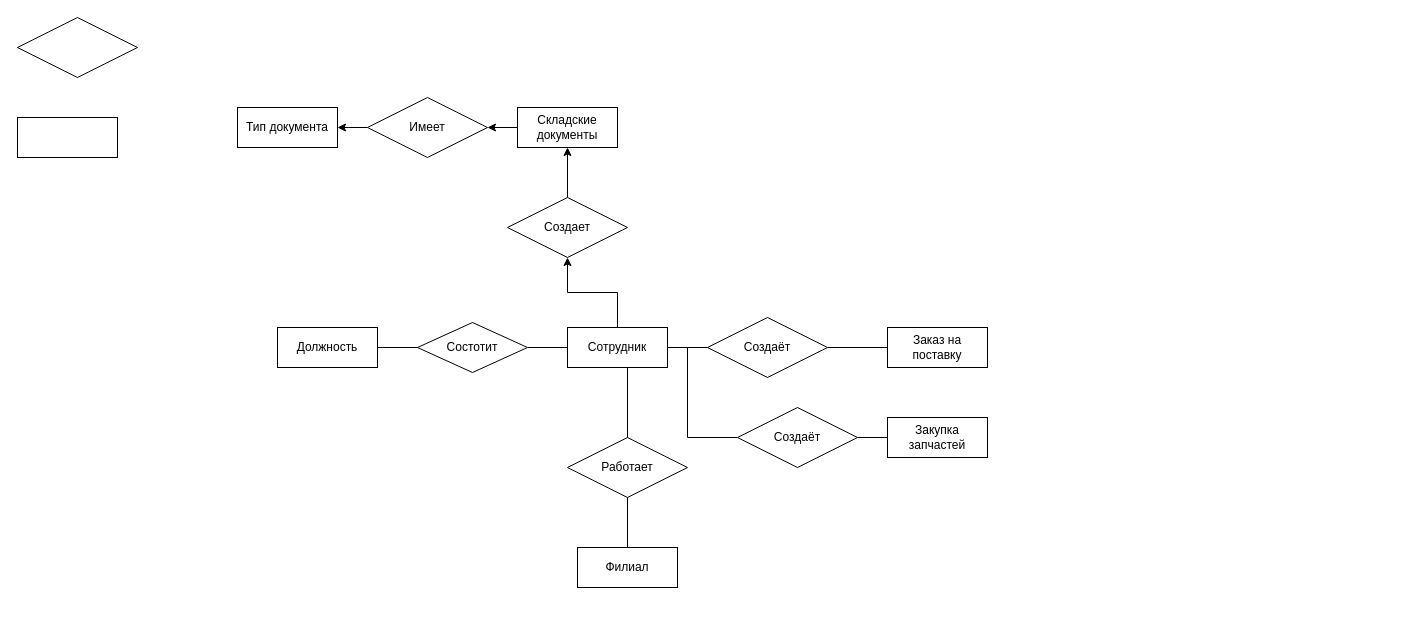
Earlier version of the draw.io diagram ER модель.drawio (aapoplavskii/Project_Otus_SA). Source tidied: cells renumbered, new cells numbered last; positions are measured from the earlier drawing's top-left corner, leaving out a move shared by most shapes. Both pictures are drawn from the tidied source at 100%, with x=0, y=0 at pixel (17, 17).
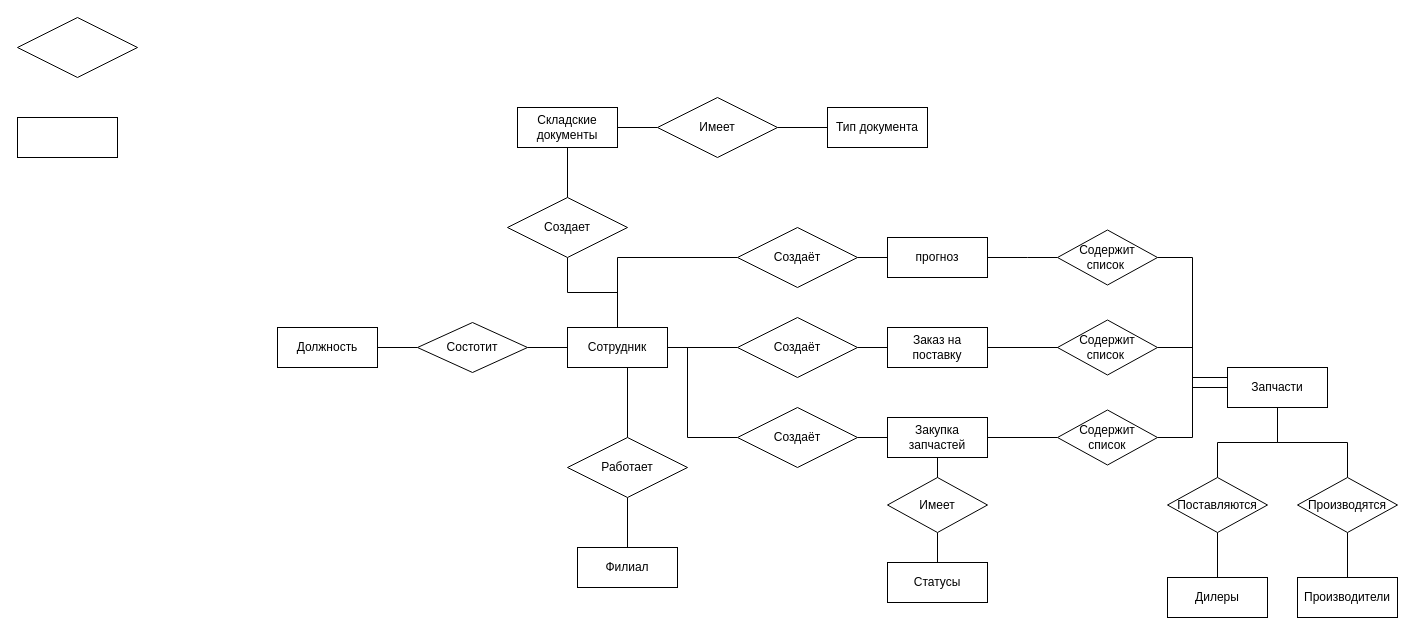
The same page after the edit.

Commit message:
переделал ER модель

The change refers to these unchanged cells:
```xml
<mxCell id="7" value="Сотрудник" style="whiteSpace=wrap;html=1;align=center;" parent="1" vertex="1">
  <mxGeometry x="550" y="310" width="100" height="40" as="geometry" />
</mxCell>
<mxCell id="12" value="Заказ на поставку" style="whiteSpace=wrap;html=1;align=center;" parent="1" vertex="1">
  <mxGeometry x="870" y="310" width="100" height="40" as="geometry" />
</mxCell>
<mxCell id="19" value="Закупка запчастей" style="whiteSpace=wrap;html=1;align=center;" parent="1" vertex="1">
  <mxGeometry x="870" y="400" width="100" height="40" as="geometry" />
</mxCell>
<mxCell id="23" value="Создает" style="shape=rhombus;perimeter=rhombusPerimeter;whiteSpace=wrap;html=1;align=center;" parent="1" vertex="1">
  <mxGeometry x="490" y="180" width="120" height="60" as="geometry" />
</mxCell>
<mxCell id="25" value="Складские документы" style="whiteSpace=wrap;html=1;align=center;" parent="1" vertex="1">
  <mxGeometry x="500" y="90" width="100" height="40" as="geometry" />
</mxCell>
```

The edit, as a diff of the source:
```diff
@@
-    <mxCell id="6" style="edgeStyle=orthogonalEdgeStyle;rounded=0;jettySize=auto;html=1;entryX=0.5;entryY=1;entryDx=0;entryDy=0;" parent="1" edge="1" source="7" target="23">
+    <mxCell id="6" style="edgeStyle=orthogonalEdgeStyle;rounded=0;jettySize=auto;html=1;entryX=0.5;entryY=1;entryDx=0;entryDy=0;endArrow=none;endFill=0;" parent="1" edge="1" source="7" target="23">
       <mxGeometry relative="1" as="geometry" />
     </mxCell>
+    <mxCell id="29" style="edgeStyle=orthogonalEdgeStyle;rounded=0;jettySize=auto;html=1;entryX=0;entryY=0.5;entryDx=0;entryDy=0;endArrow=none;endFill=0;" parent="1" edge="1" source="7" target="50">
+      <mxGeometry relative="1" as="geometry">
+        <Array as="points">
+          <mxPoint x="600" y="240" />
+        </Array>
+      </mxGeometry>
+    </mxCell>
@@
     <mxCell id="9" value="Создаёт" style="shape=rhombus;perimeter=rhombusPerimeter;whiteSpace=wrap;html=1;align=center;" parent="1" vertex="1">
-      <mxGeometry x="690" y="300" width="120" height="60" as="geometry" />
+      <mxGeometry x="720" y="300" width="120" height="60" as="geometry" />
     </mxCell>
@@
+    <mxCell id="30" style="edgeStyle=orthogonalEdgeStyle;rounded=0;jettySize=auto;html=1;entryX=0.07;entryY=0.5;entryDx=0;entryDy=0;entryPerimeter=0;endArrow=none;endFill=0;" parent="1" edge="1" source="12" target="37">
+      <mxGeometry relative="1" as="geometry" />
+    </mxCell>
@@
+    <mxCell id="31" style="edgeStyle=orthogonalEdgeStyle;rounded=0;jettySize=auto;html=1;entryX=0;entryY=0.5;entryDx=0;entryDy=0;endArrow=none;endFill=0;" parent="1" edge="1" source="19" target="39">
+      <mxGeometry relative="1" as="geometry" />
+    </mxCell>
+    <mxCell id="32" style="edgeStyle=orthogonalEdgeStyle;rounded=0;jettySize=auto;html=1;endArrow=none;endFill=0;" parent="1" edge="1" source="19" target="42">
+      <mxGeometry relative="1" as="geometry" />
+    </mxCell>
@@
-    <mxCell id="22" style="edgeStyle=orthogonalEdgeStyle;rounded=0;jettySize=auto;html=1;entryX=0.5;entryY=1;entryDx=0;entryDy=0;" parent="1" edge="1" source="23" target="25">
+    <mxCell id="22" style="edgeStyle=orthogonalEdgeStyle;rounded=0;jettySize=auto;html=1;entryX=0.5;entryY=1;entryDx=0;entryDy=0;endArrow=none;endFill=0;" parent="1" edge="1" source="23" target="25">
       <mxGeometry relative="1" as="geometry" />
     </mxCell>
@@
-    <mxCell id="24" style="edgeStyle=orthogonalEdgeStyle;rounded=0;jettySize=auto;html=1;entryX=1;entryY=0.5;entryDx=0;entryDy=0;" parent="1" edge="1" source="25" target="27">
+    <mxCell id="24" style="edgeStyle=orthogonalEdgeStyle;rounded=0;jettySize=auto;html=1;entryX=0;entryY=0.5;entryDx=0;entryDy=0;endArrow=none;endFill=0;" parent="1" edge="1" source="25" target="27">
       <mxGeometry relative="1" as="geometry" />
     </mxCell>
@@
-    <mxCell id="26" style="edgeStyle=orthogonalEdgeStyle;rounded=0;jettySize=auto;html=1;entryX=1;entryY=0.5;entryDx=0;entryDy=0;" parent="1" edge="1" source="27" target="28">
+    <mxCell id="26" style="edgeStyle=orthogonalEdgeStyle;rounded=0;jettySize=auto;html=1;entryX=0;entryY=0.5;entryDx=0;entryDy=0;endArrow=none;endFill=0;" parent="1" edge="1" source="27" target="28">
       <mxGeometry relative="1" as="geometry" />
     </mxCell>
     <mxCell id="27" value="Имеет" style="shape=rhombus;perimeter=rhombusPerimeter;whiteSpace=wrap;html=1;align=center;" parent="1" vertex="1">
-      <mxGeometry x="350" y="80" width="120" height="60" as="geometry" />
+      <mxGeometry x="640" y="80" width="120" height="60" as="geometry" />
     </mxCell>
     <mxCell id="28" value="Тип документа" style="whiteSpace=wrap;html=1;align=center;" parent="1" vertex="1">
-      <mxGeometry x="220" y="90" width="100" height="40" as="geometry" />
+      <mxGeometry x="810" y="90" width="100" height="40" as="geometry" />
     </mxCell>
+    <mxCell id="33" style="edgeStyle=orthogonalEdgeStyle;rounded=0;jettySize=auto;html=1;entryX=0.5;entryY=0;entryDx=0;entryDy=0;endArrow=none;endFill=0;" parent="1" edge="1" source="35" target="46">
+      <mxGeometry relative="1" as="geometry" />
+    </mxCell>
+    <mxCell id="34" style="edgeStyle=orthogonalEdgeStyle;rounded=0;jettySize=auto;html=1;entryX=0.5;entryY=0;entryDx=0;entryDy=0;endArrow=none;endFill=0;" parent="1" edge="1" source="35" target="44">
+      <mxGeometry relative="1" as="geometry" />
+    </mxCell>
+    <mxCell id="35" value="Запчасти" style="whiteSpace=wrap;html=1;align=center;" parent="1" vertex="1">
+      <mxGeometry x="1210" y="350" width="100" height="40" as="geometry" />
+    </mxCell>
+    <mxCell id="36" style="edgeStyle=orthogonalEdgeStyle;rounded=0;jettySize=auto;html=1;endArrow=none;endFill=0;" parent="1" edge="1" source="37" target="35">
+      <mxGeometry relative="1" as="geometry" />
+    </mxCell>
+    <mxCell id="37" value="Содержит список&amp;nbsp;" style="shape=rhombus;perimeter=rhombusPerimeter;whiteSpace=wrap;html=1;align=center;" parent="1" vertex="1">
+      <mxGeometry x="1040" y="302.5" width="100" height="55" as="geometry" />
+    </mxCell>
+    <mxCell id="38" style="edgeStyle=orthogonalEdgeStyle;rounded=0;jettySize=auto;html=1;entryX=0;entryY=0.25;entryDx=0;entryDy=0;endArrow=none;endFill=0;" parent="1" edge="1" source="39" target="35">
+      <mxGeometry relative="1" as="geometry" />
+    </mxCell>
+    <mxCell id="39" value="Содержит &lt;br&gt;список" style="shape=rhombus;perimeter=rhombusPerimeter;whiteSpace=wrap;html=1;align=center;" parent="1" vertex="1">
+      <mxGeometry x="1040" y="392.5" width="100" height="55" as="geometry" />
+    </mxCell>
+    <mxCell id="40" value="Статусы" style="whiteSpace=wrap;html=1;align=center;" parent="1" vertex="1">
+      <mxGeometry x="870" y="545" width="100" height="40" as="geometry" />
+    </mxCell>
+    <mxCell id="41" style="edgeStyle=orthogonalEdgeStyle;rounded=0;jettySize=auto;html=1;entryX=0.5;entryY=0;entryDx=0;entryDy=0;endArrow=none;endFill=0;" parent="1" edge="1" source="42" target="40">
+      <mxGeometry relative="1" as="geometry" />
+    </mxCell>
+    <mxCell id="42" value="Имеет" style="shape=rhombus;perimeter=rhombusPerimeter;whiteSpace=wrap;html=1;align=center;" parent="1" vertex="1">
+      <mxGeometry x="870" y="460" width="100" height="55" as="geometry" />
+    </mxCell>
+    <mxCell id="43" style="edgeStyle=orthogonalEdgeStyle;rounded=0;jettySize=auto;html=1;entryX=0.5;entryY=0;entryDx=0;entryDy=0;endArrow=none;endFill=0;" parent="1" edge="1" source="44" target="48">
+      <mxGeometry relative="1" as="geometry" />
+    </mxCell>
+    <mxCell id="44" value="Производятся" style="shape=rhombus;perimeter=rhombusPerimeter;whiteSpace=wrap;html=1;align=center;" parent="1" vertex="1">
+      <mxGeometry x="1280" y="460" width="100" height="55" as="geometry" />
+    </mxCell>
+    <mxCell id="45" style="edgeStyle=orthogonalEdgeStyle;rounded=0;jettySize=auto;html=1;entryX=0.5;entryY=0;entryDx=0;entryDy=0;endArrow=none;endFill=0;" parent="1" edge="1" source="46" target="47">
+      <mxGeometry relative="1" as="geometry" />
+    </mxCell>
+    <mxCell id="46" value="Поставляются" style="shape=rhombus;perimeter=rhombusPerimeter;whiteSpace=wrap;html=1;align=center;" parent="1" vertex="1">
+      <mxGeometry x="1150" y="460" width="100" height="55" as="geometry" />
+    </mxCell>
+    <mxCell id="47" value="Дилеры" style="whiteSpace=wrap;html=1;align=center;" parent="1" vertex="1">
+      <mxGeometry x="1150" y="560" width="100" height="40" as="geometry" />
+    </mxCell>
+    <mxCell id="48" value="Производители" style="whiteSpace=wrap;html=1;align=center;" parent="1" vertex="1">
+      <mxGeometry x="1280" y="560" width="100" height="40" as="geometry" />
+    </mxCell>
+    <mxCell id="49" style="edgeStyle=orthogonalEdgeStyle;rounded=0;jettySize=auto;html=1;entryX=0;entryY=0.5;entryDx=0;entryDy=0;endArrow=none;endFill=0;" parent="1" edge="1" source="50" target="52">
+      <mxGeometry relative="1" as="geometry" />
+    </mxCell>
+    <mxCell id="50" value="Создаёт" style="shape=rhombus;perimeter=rhombusPerimeter;whiteSpace=wrap;html=1;align=center;" parent="1" vertex="1">
+      <mxGeometry x="720" y="210" width="120" height="60" as="geometry" />
+    </mxCell>
+    <mxCell id="51" style="edgeStyle=orthogonalEdgeStyle;rounded=0;jettySize=auto;html=1;entryX=0;entryY=0.5;entryDx=0;entryDy=0;endArrow=none;endFill=0;" parent="1" edge="1" source="52" target="54">
+      <mxGeometry relative="1" as="geometry">
+        <Array as="points">
+          <mxPoint x="1010" y="240" />
+          <mxPoint x="1010" y="240" />
+        </Array>
+      </mxGeometry>
+    </mxCell>
+    <mxCell id="52" value="прогноз" style="whiteSpace=wrap;html=1;align=center;" parent="1" vertex="1">
+      <mxGeometry x="870" y="220" width="100" height="40" as="geometry" />
+    </mxCell>
+    <mxCell id="53" style="edgeStyle=orthogonalEdgeStyle;rounded=0;jettySize=auto;html=1;entryX=0;entryY=0.25;entryDx=0;entryDy=0;endArrow=none;endFill=0;" parent="1" edge="1" source="54" target="35">
+      <mxGeometry relative="1" as="geometry" />
+    </mxCell>
+    <mxCell id="54" value="Содержит список&amp;nbsp;" style="shape=rhombus;perimeter=rhombusPerimeter;whiteSpace=wrap;html=1;align=center;" parent="1" vertex="1">
+      <mxGeometry x="1040" y="212.5" width="100" height="55" as="geometry" />
+    </mxCell>
```
